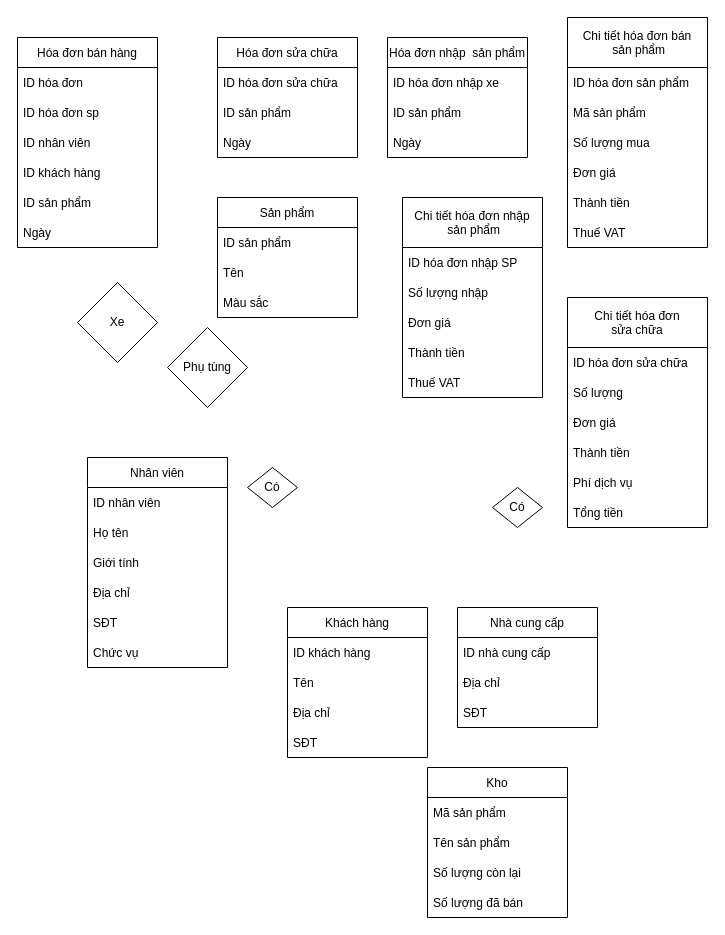
Earlier version of the draw.io diagram Untitled Diagram.drawio (duy1009/abc). Source tidied: cells renumbered, new cells numbered last; positions are measured from the earlier drawing's top-left corner, leaving out a move shared by most shapes. Both pictures are drawn from the tidied source at 100%, with x=0, y=0 at pixel (17, 17).
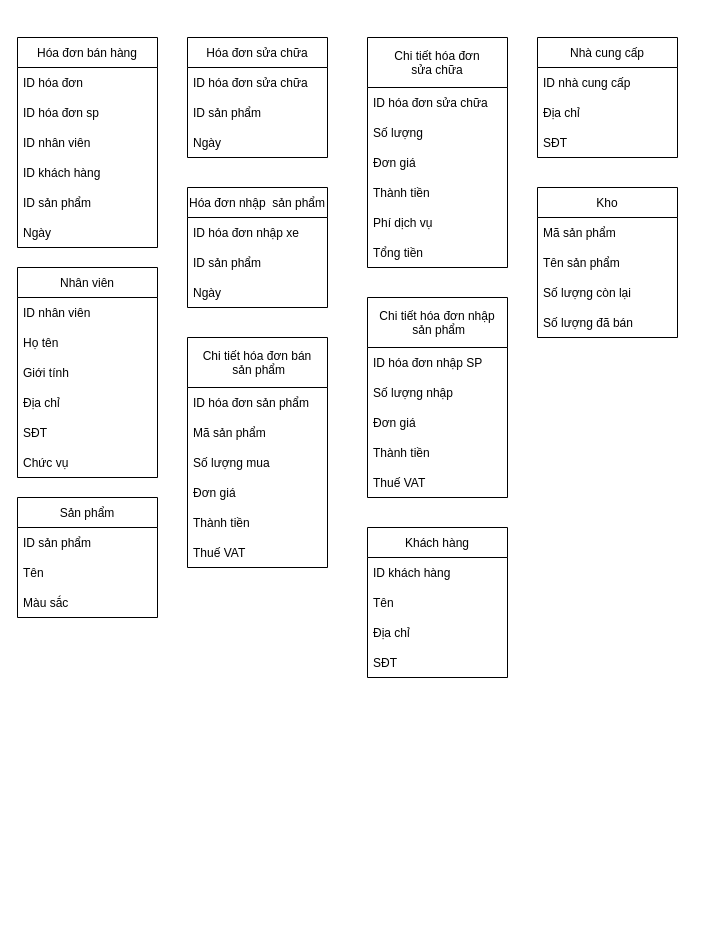
Above is the later version.

The edit, as a diff of the source:
```diff
@@
     <mxCell id="9" value="Hóa đơn sửa chữa" style="swimlane;fontStyle=0;horizontal=1;startSize=30;" parent="1" vertex="1">
-      <mxGeometry x="200" y="20" width="140" height="120" as="geometry" />
+      <mxGeometry x="170" y="20" width="140" height="120" as="geometry" />
     </mxCell>
@@
     <mxCell id="13" value="Hóa đơn nhập  sản phẩm" style="swimlane;fontStyle=0;horizontal=1;startSize=30;" parent="1" vertex="1">
-      <mxGeometry x="370" y="20" width="140" height="120" as="geometry" />
+      <mxGeometry x="170" y="170" width="140" height="120" as="geometry" />
     </mxCell>
@@
     <mxCell id="17" value="Chi tiết hóa đơn bán&#10; sản phẩm" style="swimlane;fontStyle=0;horizontal=1;startSize=50;" parent="1" vertex="1">
-      <mxGeometry x="550" width="140" height="230" as="geometry" />
+      <mxGeometry x="170" y="320" width="140" height="230" as="geometry" />
     </mxCell>
@@
     <mxCell id="24" value="Nhân viên" style="swimlane;fontStyle=0;horizontal=1;startSize=30;" parent="1" vertex="1">
-      <mxGeometry x="70" y="440" width="140" height="210" as="geometry" />
+      <mxGeometry y="250" width="140" height="210" as="geometry" />
     </mxCell>
@@
-    <mxCell id="31" value="Có" style="rhombus;whiteSpace=wrap;html=1;" parent="1" vertex="1">
-      <mxGeometry x="230" y="450" width="50" height="40" as="geometry" />
-    </mxCell>
-    <mxCell id="32" value="Có" style="rhombus;whiteSpace=wrap;html=1;" parent="1" vertex="1">
-      <mxGeometry x="475" y="470" width="50" height="40" as="geometry" />
-    </mxCell>
-    <mxCell id="33" value="Xe" style="rhombus;whiteSpace=wrap;html=1;" parent="1" vertex="1">
-      <mxGeometry x="60" y="265" width="80" height="80" as="geometry" />
-    </mxCell>
-    <mxCell id="34" value="Phụ tùng" style="rhombus;whiteSpace=wrap;html=1;" parent="1" vertex="1">
-      <mxGeometry x="150" y="310" width="80" height="80" as="geometry" />
-    </mxCell>
     <mxCell id="35" value="Sản phẩm" style="swimlane;fontStyle=0;horizontal=1;startSize=30;" parent="1" vertex="1">
-      <mxGeometry x="200" y="180" width="140" height="120" as="geometry" />
+      <mxGeometry y="480" width="140" height="120" as="geometry" />
     </mxCell>
@@
     <mxCell id="39" value="Chi tiết hóa đơn &#10;sửa chữa" style="swimlane;fontStyle=0;horizontal=1;startSize=50;" parent="1" vertex="1">
-      <mxGeometry x="550" y="280" width="140" height="230" as="geometry" />
+      <mxGeometry x="350" y="20" width="140" height="230" as="geometry" />
     </mxCell>
@@
     <mxCell id="46" value="Chi tiết hóa đơn nhập&#10; sản phẩm" style="swimlane;fontStyle=0;horizontal=1;startSize=50;" parent="1" vertex="1">
-      <mxGeometry x="385" y="180" width="140" height="200" as="geometry" />
+      <mxGeometry x="350" y="280" width="140" height="200" as="geometry" />
     </mxCell>
@@
     <mxCell id="52" value="Khách hàng" style="swimlane;fontStyle=0;horizontal=1;startSize=30;" parent="1" vertex="1">
-      <mxGeometry x="270" y="590" width="140" height="150" as="geometry" />
+      <mxGeometry x="350" y="510" width="140" height="150" as="geometry" />
     </mxCell>
@@
     <mxCell id="57" value="Nhà cung cấp" style="swimlane;fontStyle=0;horizontal=1;startSize=30;" parent="1" vertex="1">
-      <mxGeometry x="440" y="590" width="140" height="120" as="geometry" />
+      <mxGeometry x="520" y="20" width="140" height="120" as="geometry" />
     </mxCell>
@@
     <mxCell id="61" value="Kho" style="swimlane;fontStyle=0;horizontal=1;startSize=30;" parent="1" vertex="1">
-      <mxGeometry x="410" y="750" width="140" height="150" as="geometry" />
+      <mxGeometry x="520" y="170" width="140" height="150" as="geometry" />
     </mxCell>
```
